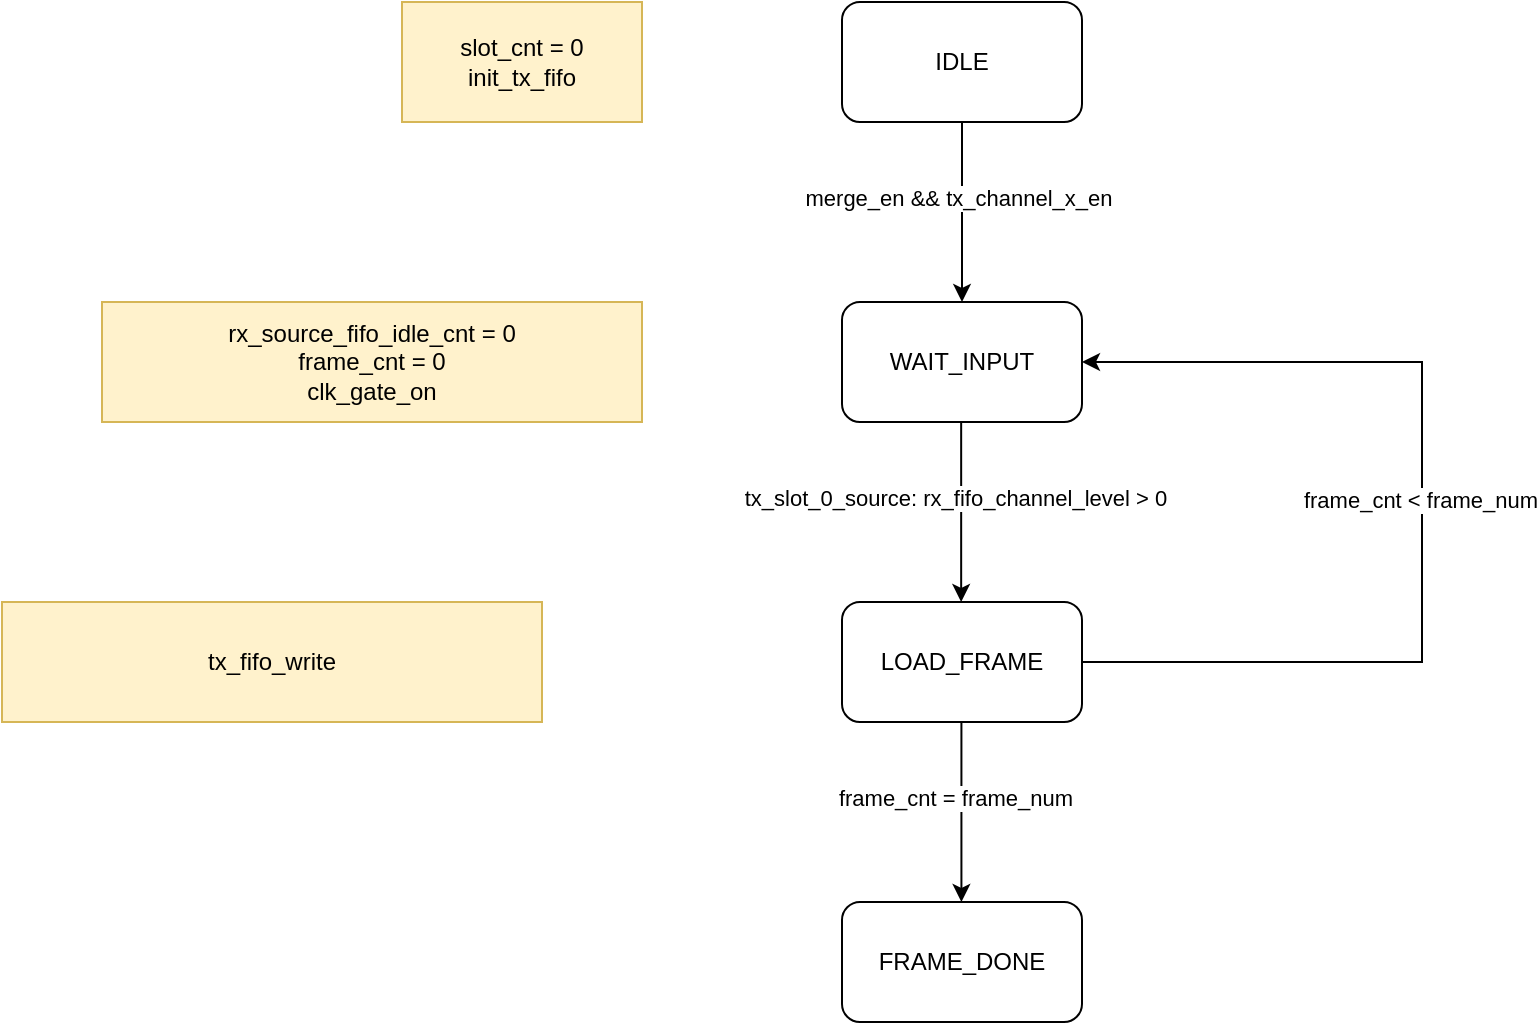
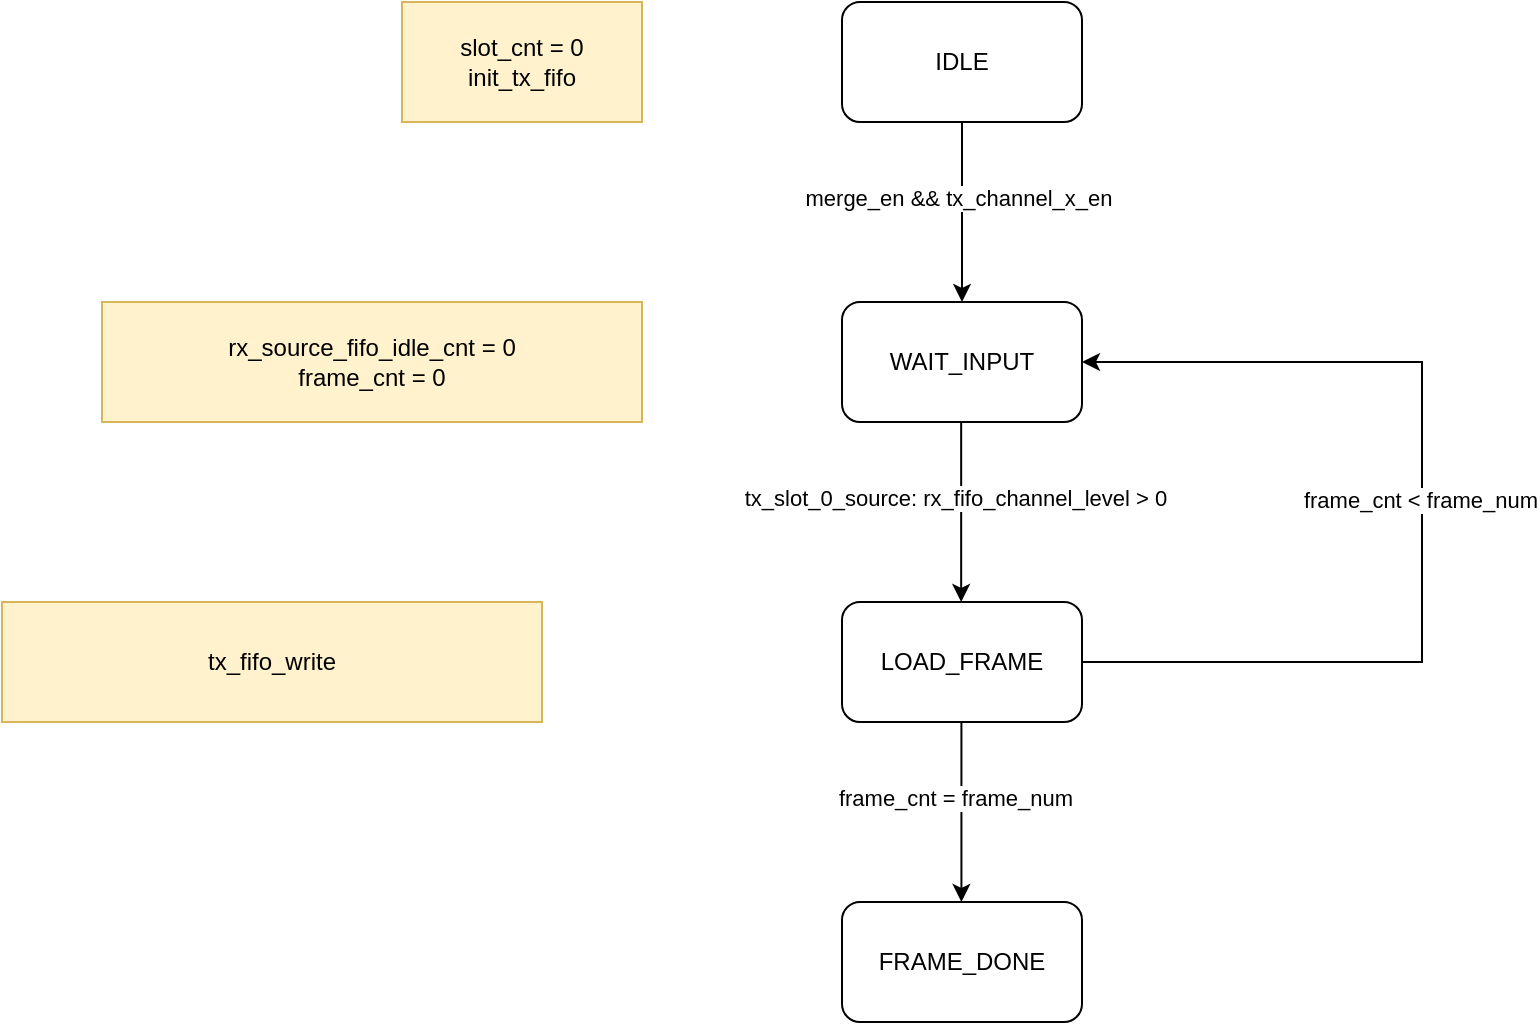
<mxfile host="app.diagrams.net">
  <diagram name="第 1 页" id="XjHAFqP7SQ1ti1ibUdli">
-     <mxGraphModel dx="1687" dy="486" grid="1" gridSize="10" guides="1" tooltips="1" connect="1" arrows="1" fold="1" page="1" pageScale="1" pageWidth="827" pageHeight="1169" math="0" shadow="0">
+     <mxGraphModel dx="1500" dy="380" grid="1" gridSize="10" guides="1" tooltips="1" connect="1" arrows="1" fold="1" page="1" pageScale="1" pageWidth="827" pageHeight="1169" math="0" shadow="0">
      <root>
        <mxCell id="0" />
        <mxCell id="1" parent="0" />
        <mxCell id="F9P4_Q8i71CQrRzi8wBo-1" parent="1" style="rounded=1;whiteSpace=wrap;html=1;" value="IDLE" vertex="1">
          <mxGeometry height="60" width="120" x="330" y="60" as="geometry" />
        </mxCell>
        <mxCell id="F9P4_Q8i71CQrRzi8wBo-2" edge="1" parent="1" source="F9P4_Q8i71CQrRzi8wBo-1" style="endArrow=classic;html=1;rounded=0;exitX=0.5;exitY=1;exitDx=0;exitDy=0;" value="">
          <mxGeometry height="50" relative="1" width="50" as="geometry">
            <mxPoint x="400" y="240" as="sourcePoint" />
            <mxPoint x="390" y="210" as="targetPoint" />
          </mxGeometry>
        </mxCell>
        <mxCell id="F9P4_Q8i71CQrRzi8wBo-3" connectable="0" parent="F9P4_Q8i71CQrRzi8wBo-2" style="edgeLabel;html=1;align=center;verticalAlign=middle;resizable=0;points=[];" value="merge_en &amp;amp;&amp;amp; tx_channel_x_en" vertex="1">
          <mxGeometry relative="1" x="-0.163" y="-2" as="geometry">
            <mxPoint as="offset" />
          </mxGeometry>
        </mxCell>
        <mxCell id="F9P4_Q8i71CQrRzi8wBo-4" parent="1" style="rounded=1;whiteSpace=wrap;html=1;" value="WAIT_INPUT" vertex="1">
          <mxGeometry height="60" width="120" x="330" y="210" as="geometry" />
        </mxCell>
        <mxCell id="F9P4_Q8i71CQrRzi8wBo-5" edge="1" parent="1" style="endArrow=classic;html=1;rounded=0;exitX=0.5;exitY=1;exitDx=0;exitDy=0;" value="">
          <mxGeometry height="50" relative="1" width="50" as="geometry">
            <mxPoint x="389.58" y="270" as="sourcePoint" />
            <mxPoint x="389.58" y="360" as="targetPoint" />
          </mxGeometry>
        </mxCell>
        <mxCell id="F9P4_Q8i71CQrRzi8wBo-6" connectable="0" parent="F9P4_Q8i71CQrRzi8wBo-5" style="edgeLabel;html=1;align=center;verticalAlign=middle;resizable=0;points=[];" value="tx_slot_0_source: rx_fifo_channel_level &amp;gt; 0&amp;nbsp;" vertex="1">
          <mxGeometry relative="1" x="-0.163" y="-2" as="geometry">
            <mxPoint as="offset" />
          </mxGeometry>
        </mxCell>
        <mxCell id="F9P4_Q8i71CQrRzi8wBo-7" parent="1" style="rounded=1;whiteSpace=wrap;html=1;" value="LOAD_FRAME" vertex="1">
          <mxGeometry height="60" width="120" x="330" y="360" as="geometry" />
        </mxCell>
        <mxCell id="F9P4_Q8i71CQrRzi8wBo-8" edge="1" parent="1" source="F9P4_Q8i71CQrRzi8wBo-7" style="endArrow=classic;html=1;rounded=0;exitX=1;exitY=0.5;exitDx=0;exitDy=0;entryX=1;entryY=0.5;entryDx=0;entryDy=0;edgeStyle=orthogonalEdgeStyle;" target="F9P4_Q8i71CQrRzi8wBo-4" value="">
          <mxGeometry height="50" relative="1" width="50" as="geometry">
            <Array as="points">
              <mxPoint x="620" y="390" />
              <mxPoint x="620" y="240" />
            </Array>
            <mxPoint x="490" y="400" as="sourcePoint" />
            <mxPoint x="540" y="350" as="targetPoint" />
          </mxGeometry>
        </mxCell>
        <mxCell id="F9P4_Q8i71CQrRzi8wBo-9" connectable="0" parent="F9P4_Q8i71CQrRzi8wBo-8" style="edgeLabel;html=1;align=center;verticalAlign=middle;resizable=0;points=[];" value="frame_cnt &amp;lt; frame_num" vertex="1">
          <mxGeometry relative="1" x="0.0261" y="1" as="geometry">
            <mxPoint as="offset" />
          </mxGeometry>
        </mxCell>
        <mxCell id="F9P4_Q8i71CQrRzi8wBo-10" edge="1" parent="1" style="endArrow=classic;html=1;rounded=0;exitX=0.5;exitY=1;exitDx=0;exitDy=0;" value="">
          <mxGeometry height="50" relative="1" width="50" as="geometry">
            <mxPoint x="389.71" y="420" as="sourcePoint" />
            <mxPoint x="389.71" y="510" as="targetPoint" />
          </mxGeometry>
        </mxCell>
        <mxCell id="F9P4_Q8i71CQrRzi8wBo-11" connectable="0" parent="F9P4_Q8i71CQrRzi8wBo-10" style="edgeLabel;html=1;align=center;verticalAlign=middle;resizable=0;points=[];" value="frame_cnt = frame_num&amp;nbsp;" vertex="1">
          <mxGeometry relative="1" x="-0.163" y="-2" as="geometry">
            <mxPoint as="offset" />
          </mxGeometry>
        </mxCell>
        <mxCell id="6jK4qZs0-pzn6i_ATSWB-1" parent="1" style="rounded=0;whiteSpace=wrap;html=1;fillColor=#fff2cc;strokeColor=#d6b656;" value="slot_cnt = 0&lt;div&gt;init_tx_fifo&lt;/div&gt;" vertex="1">
          <mxGeometry height="60" width="120" x="110" y="60" as="geometry" />
        </mxCell>
-         <mxCell id="6jK4qZs0-pzn6i_ATSWB-7" parent="1" style="rounded=0;whiteSpace=wrap;html=1;fillColor=#fff2cc;strokeColor=#d6b656;" value="rx_source_fifo_idle_cnt = 0&lt;div&gt;frame_cnt = 0&lt;/div&gt;&lt;div&gt;clk_gate_on&lt;/div&gt;" vertex="1">
+         <mxCell id="6jK4qZs0-pzn6i_ATSWB-7" parent="1" style="rounded=0;whiteSpace=wrap;html=1;fillColor=#fff2cc;strokeColor=#d6b656;" value="rx_source_fifo_idle_cnt = 0&lt;div&gt;frame_cnt = 0&lt;/div&gt;" vertex="1">
          <mxGeometry height="60" width="270" x="-40" y="210" as="geometry" />
        </mxCell>
        <mxCell id="6jK4qZs0-pzn6i_ATSWB-9" parent="1" style="rounded=1;whiteSpace=wrap;html=1;" value="FRAME_DONE" vertex="1">
          <mxGeometry height="60" width="120" x="330" y="510" as="geometry" />
        </mxCell>
        <mxCell id="6jK4qZs0-pzn6i_ATSWB-10" parent="1" style="rounded=0;whiteSpace=wrap;html=1;fillColor=#fff2cc;strokeColor=#d6b656;" value="tx_fifo_write" vertex="1">
          <mxGeometry height="60" width="270" x="-90" y="360" as="geometry" />
        </mxCell>
      </root>
    </mxGraphModel>
  </diagram>
</mxfile>
